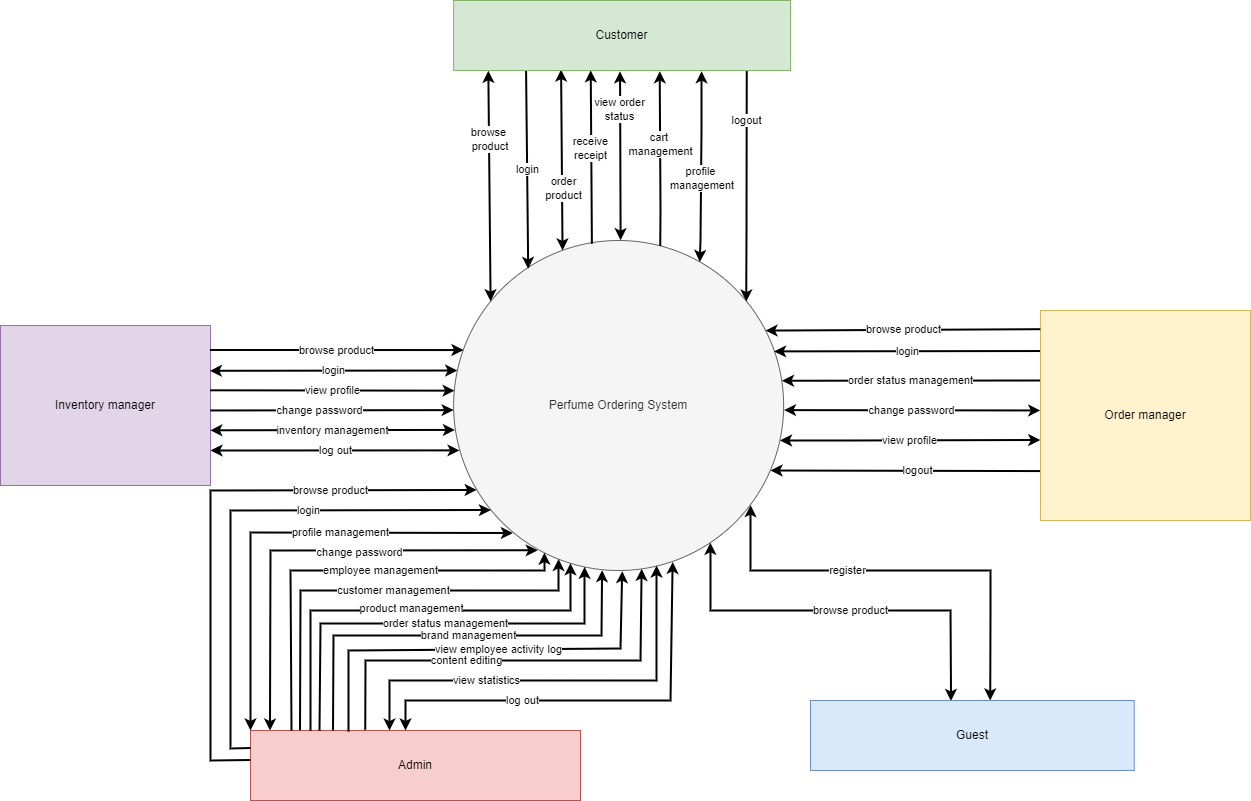
The draw.io diagram document/SRS/Context_Diagram.drawio.png in QuocZuong/perfume-store, before a commit. Source tidied: cells renumbered, new cells last; positions are measured from the earlier drawing's top-left corner, leaving out a move shared by most shapes.
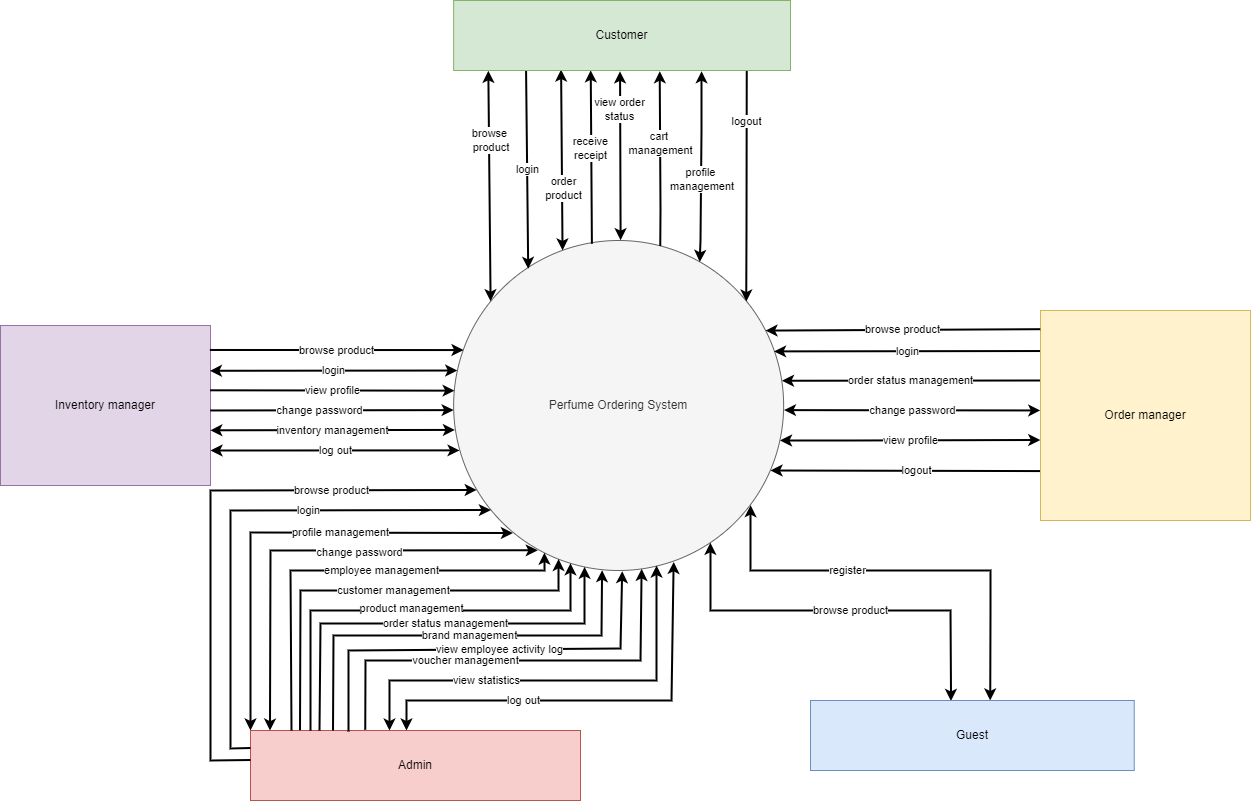
After the change.

Commit message:
fix routing voucher

The edit, as a diff of the source:
```diff
@@ -74,7 +74,7 @@
         </Array>
       </mxGeometry>
     </mxCell>
-    <mxCell id="16" value="content editing" style="endArrow=classic;html=1;rounded=0;fillColor=#FF0000;strokeColor=#000000;strokeWidth=2;entryX=0.57;entryY=0.995;entryDx=0;entryDy=0;entryPerimeter=0;exitX=0.348;exitY=-0.011;exitDx=0;exitDy=0;exitPerimeter=0;" parent="1" edge="1" source="12" target="2">
+    <mxCell id="16" value="voucher management" style="endArrow=classic;html=1;rounded=0;fillColor=#FF0000;strokeColor=#000000;strokeWidth=2;entryX=0.57;entryY=0.995;entryDx=0;entryDy=0;entryPerimeter=0;exitX=0.348;exitY=-0.011;exitDx=0;exitDy=0;exitPerimeter=0;" parent="1" edge="1" source="12" target="2">
       <mxGeometry x="-0.22" relative="1" as="geometry">
         <Array as="points">
           <mxPoint x="365" y="660" />
@@ -213,13 +213,14 @@
     <mxCell id="40" value="browse product" style="endArrow=classic;html=1;rounded=0;strokeColor=#000000;strokeWidth=2;entryX=0.945;entryY=0.273;entryDx=0;entryDy=0;entryPerimeter=0;exitX=-0.001;exitY=0.089;exitDx=0;exitDy=0;exitPerimeter=0;" parent="1" edge="1" source="28" target="2">
       <mxGeometry relative="1" as="geometry" />
     </mxCell>
-    <mxCell id="41" value="log out" style="endArrow=classic;startArrow=classic;html=1;rounded=0;strokeColor=#000000;strokeWidth=2;fillColor=#FFFF00;entryX=0.664;entryY=0.974;entryDx=0;entryDy=0;entryPerimeter=0;" parent="1" edge="1" target="2">
+    <mxCell id="41" value="log out" style="endArrow=classic;startArrow=classic;html=1;rounded=0;strokeColor=#000000;strokeWidth=2;fillColor=#FFFF00;entryX=0.664;entryY=0.974;entryDx=0;entryDy=0;entryPerimeter=0;" parent="1" edge="1">
       <mxGeometry x="-0.32" relative="1" as="geometry">
-        <mxPoint x="405" y="730" as="sourcePoint" />
+        <mxPoint x="406" y="730" as="sourcePoint" />
+        <mxPoint x="673.2" y="561.4" as="targetPoint" />
         <Array as="points">
-          <mxPoint x="405" y="700" />
-          <mxPoint x="485" y="700" />
-          <mxPoint x="670" y="700" />
+          <mxPoint x="406" y="700" />
+          <mxPoint x="486" y="700" />
+          <mxPoint x="671" y="700" />
         </Array>
       </mxGeometry>
     </mxCell>
```
